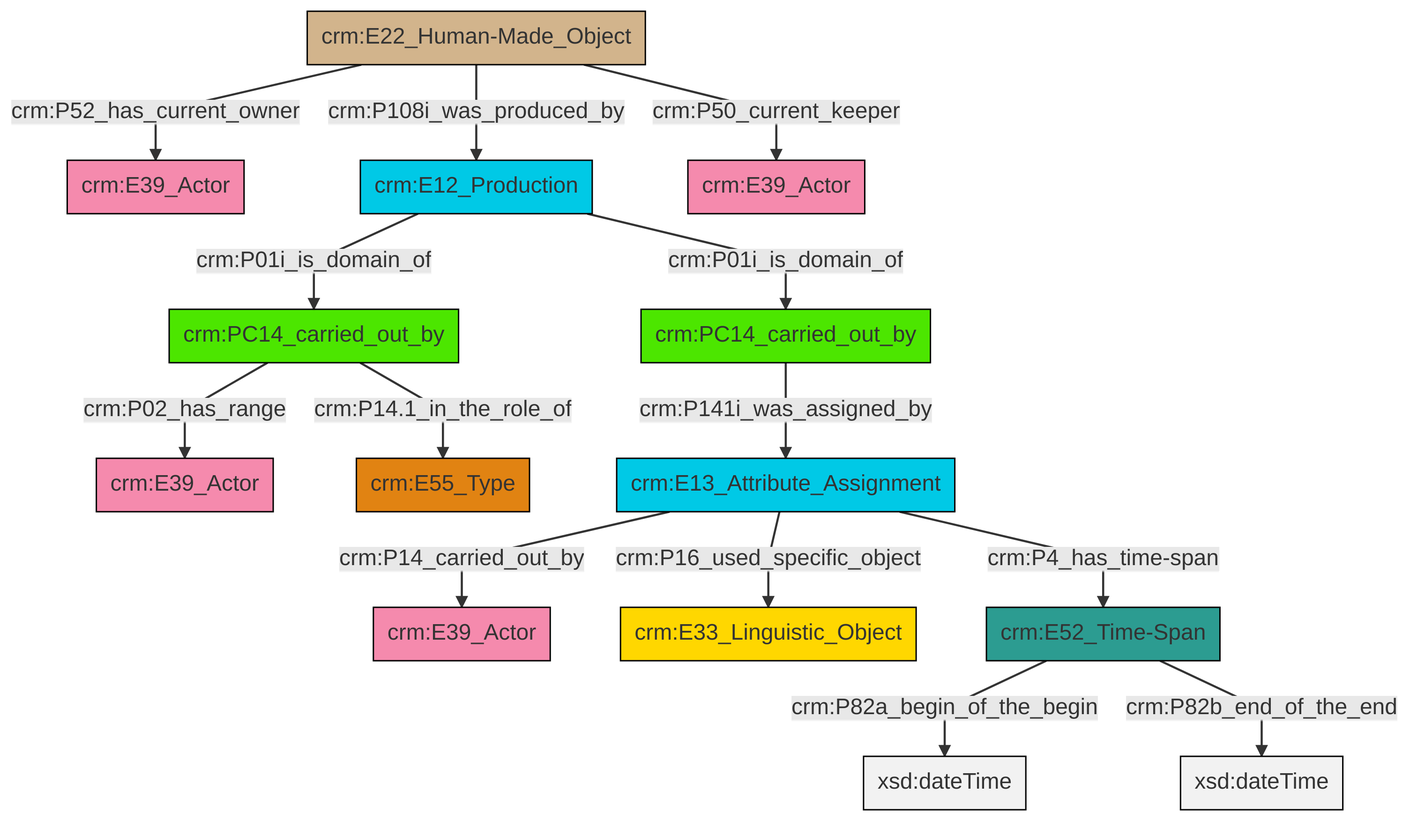
The Mermaid diagram et/carrierCSV/ttl/mmd/png/carrier_relations.png in swiss-art-research-net/docs.swissartresearch, before a commit. Its source is kept beside it as et/carrierCSV/ttl/mmd/carrier_relations.ttl.mmd.
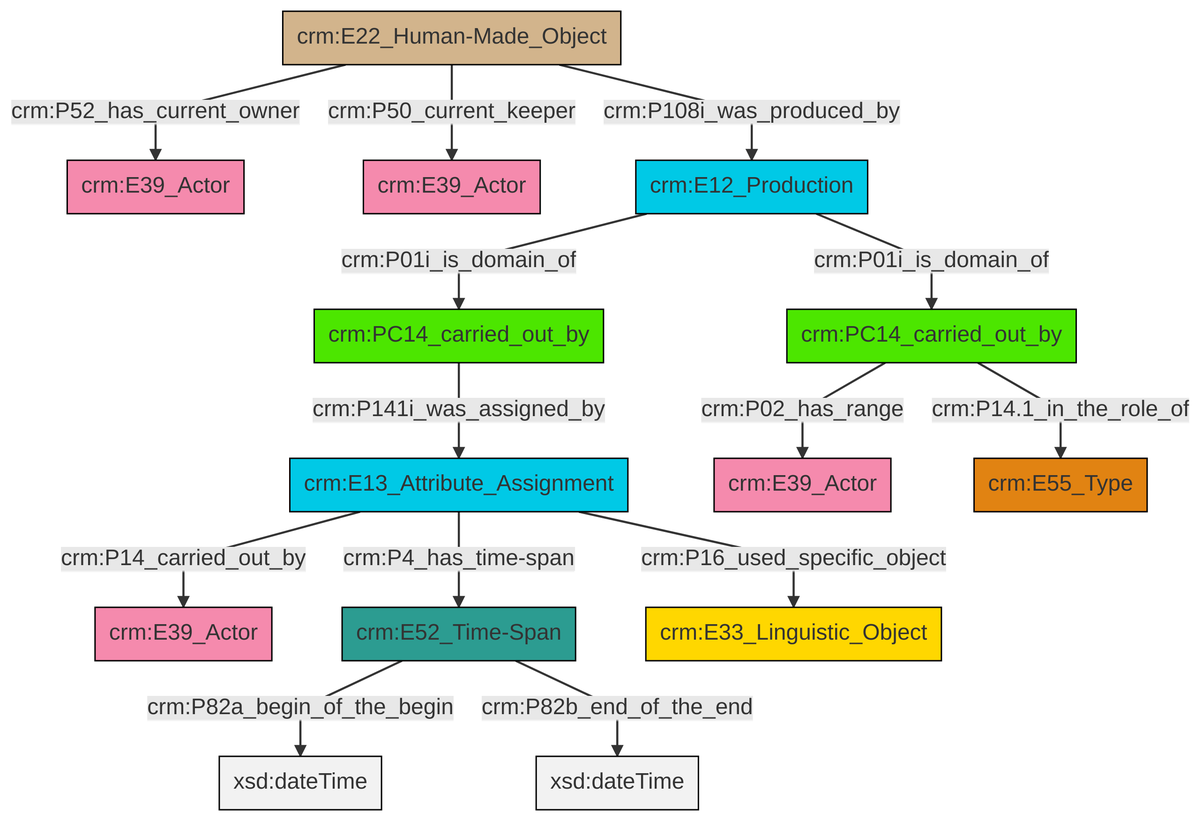
Above is the later version.

The edit, as a diff of the source:
```diff
@@ -13,16 +13,16 @@
 classDef PC_Classes fill:#4ce600, stroke:#000000;
 classDef Multi fill:#cccccc,stroke:#000000;
 
-10["crm:PC14_carried_out_by"]:::PC_Classes -->|crm:P02_has_range| 4["crm:E39_Actor"]:::Actor
-8["crm:E22_Human-Made_Object"]:::Physical_Thing -->|crm:P50_current_keeper| 11["crm:E39_Actor"]:::Actor
-10["crm:PC14_carried_out_by"]:::PC_Classes -->|crm:P14.1_in_the_role_of| 12["crm:E55_Type"]:::Type
-8["crm:E22_Human-Made_Object"]:::Physical_Thing -->|crm:P52_has_current_owner| 0["crm:E39_Actor"]:::Actor
-8["crm:E22_Human-Made_Object"]:::Physical_Thing -->|crm:P108i_was_produced_by| 6["crm:E12_Production"]:::Temporal_Entity
-16["crm:PC14_carried_out_by"]:::PC_Classes -->|crm:P141i_was_assigned_by| 17["crm:E13_Attribute_Assignment"]:::Temporal_Entity
-17["crm:E13_Attribute_Assignment"]:::Temporal_Entity -->|crm:P16_used_specific_object| 13["crm:E33_Linguistic_Object"]:::Conceptual_Object
-17["crm:E13_Attribute_Assignment"]:::Temporal_Entity -->|crm:P14_carried_out_by| 2["crm:E39_Actor"]:::Actor
-19["crm:E52_Time-Span"]:::Time-Span -->|crm:P82a_begin_of_the_begin| 20[xsd:dateTime]:::Literal
-6["crm:E12_Production"]:::Temporal_Entity -->|crm:P01i_is_domain_of| 10["crm:PC14_carried_out_by"]:::PC_Classes
-19["crm:E52_Time-Span"]:::Time-Span -->|crm:P82b_end_of_the_end| 23[xsd:dateTime]:::Literal
-17["crm:E13_Attribute_Assignment"]:::Temporal_Entity -->|crm:P4_has_time-span| 19["crm:E52_Time-Span"]:::Time-Span
-6["crm:E12_Production"]:::Temporal_Entity -->|crm:P01i_is_domain_of| 16["crm:PC14_carried_out_by"]:::PC_Classes
+0["crm:E22_Human-Made_Object"]:::Physical_Thing -->|crm:P52_has_current_owner| 1["crm:E39_Actor"]:::Actor
+2["crm:E13_Attribute_Assignment"]:::Temporal_Entity -->|crm:P14_carried_out_by| 3["crm:E39_Actor"]:::Actor
+6["crm:E52_Time-Span"]:::Time-Span -->|crm:P82a_begin_of_the_begin| 7[xsd:dateTime]:::Literal
+11["crm:E12_Production"]:::Temporal_Entity -->|crm:P01i_is_domain_of| 12["crm:PC14_carried_out_by"]:::PC_Classes
+2["crm:E13_Attribute_Assignment"]:::Temporal_Entity -->|crm:P4_has_time-span| 6["crm:E52_Time-Span"]:::Time-Span
+0["crm:E22_Human-Made_Object"]:::Physical_Thing -->|crm:P108i_was_produced_by| 11["crm:E12_Production"]:::Temporal_Entity
+9["crm:PC14_carried_out_by"]:::PC_Classes -->|crm:P14.1_in_the_role_of| 19["crm:E55_Type"]:::Type
+6["crm:E52_Time-Span"]:::Time-Span -->|crm:P82b_end_of_the_end| 20[xsd:dateTime]:::Literal
+11["crm:E12_Production"]:::Temporal_Entity -->|crm:P01i_is_domain_of| 9["crm:PC14_carried_out_by"]:::PC_Classes
+0["crm:E22_Human-Made_Object"]:::Physical_Thing -->|crm:P50_current_keeper| 4["crm:E39_Actor"]:::Actor
+12["crm:PC14_carried_out_by"]:::PC_Classes -->|crm:P141i_was_assigned_by| 2["crm:E13_Attribute_Assignment"]:::Temporal_Entity
+2["crm:E13_Attribute_Assignment"]:::Temporal_Entity -->|crm:P16_used_specific_object| 16["crm:E33_Linguistic_Object"]:::Conceptual_Object
+9["crm:PC14_carried_out_by"]:::PC_Classes -->|crm:P02_has_range| 14["crm:E39_Actor"]:::Actor
```
